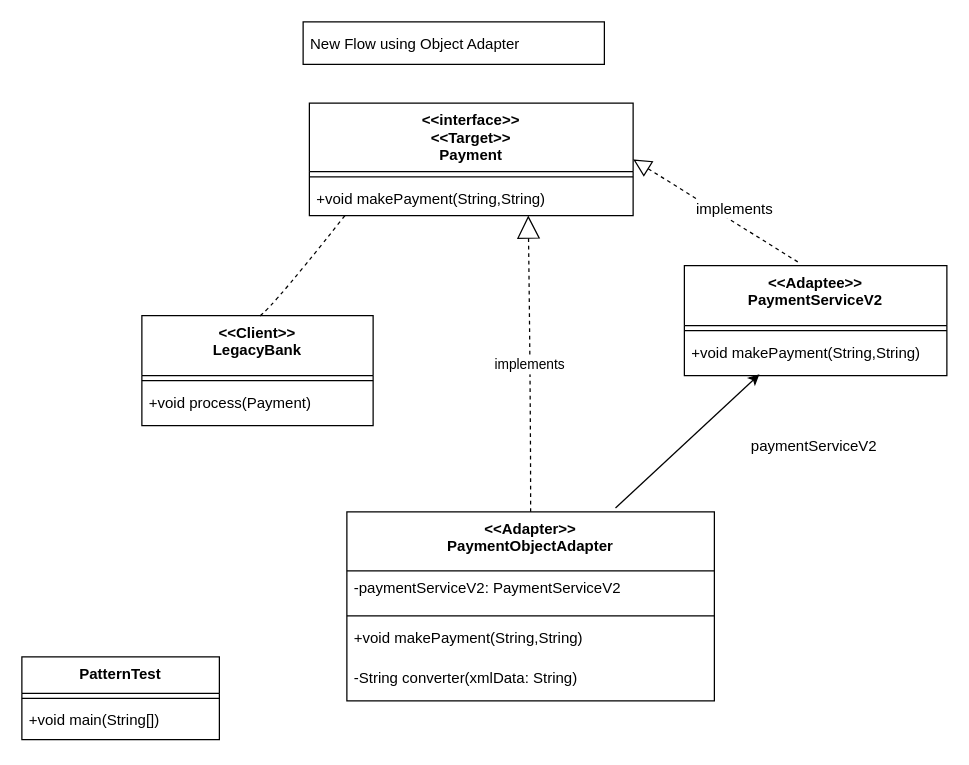
gurupalaniveltech/design-pattern keeps this draw.io diagram as docs/gurupalaniveltech.learning.structural.adapter/newflow_object.drawio. Above is the earlier version. Source tidied: cells renumbered, new cells numbered last; positions are measured from the earlier drawing's top-left corner, leaving out a move shared by most shapes. Both pictures are drawn from the tidied source at 125%, with x=0, y=0 at pixel (21, 21).
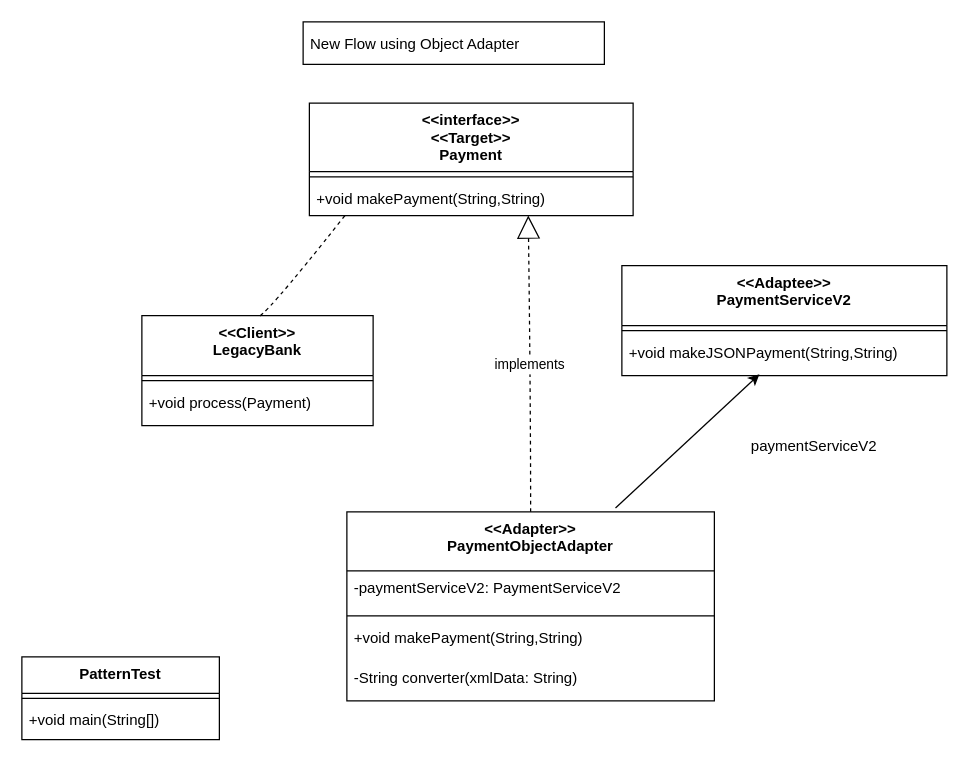
After the change.

Unchanged cells that the change refers to:
```xml
<mxCell id="8" value="&lt;&lt;interface&gt;&gt;&#10;&lt;&lt;Target&gt;&gt;&#10;Payment" style="swimlane;fontStyle=1;align=center;verticalAlign=top;horizontal=1;startSize=54.857142857142854;" parent="1" vertex="1">
  <mxGeometry x="230" y="65" width="259" height="89.9" as="geometry" />
</mxCell>
```

The edit, as a diff of the source:
```diff
@@
     <mxCell id="11" value="&lt;&lt;Adaptee&gt;&gt;&#10;PaymentServiceV2" style="swimlane;fontStyle=1;align=center;verticalAlign=top;horizontal=1;startSize=48;" parent="1" vertex="1">
-      <mxGeometry x="530" y="195" width="210" height="88" as="geometry" />
+      <mxGeometry x="480" y="195" width="260" height="88" as="geometry" />
     </mxCell>
     <mxCell id="12" style="line;strokeWidth=1;fillColor=none;align=left;verticalAlign=middle;spacingTop=-1;spacingLeft=3;spacingRight=3;labelPosition=right;strokeColor=inherit;" parent="11" vertex="1">
-      <mxGeometry y="48" width="210" height="8" as="geometry" />
+      <mxGeometry y="48" width="260" height="8" as="geometry" />
     </mxCell>
-    <mxCell id="13" value="+void makePayment(String,String)" style="text;strokeColor=none;fillColor=none;align=left;verticalAlign=top;spacingLeft=4;spacingRight=4;overflow=hidden;" parent="11" vertex="1">
-      <mxGeometry y="56" width="210" height="32" as="geometry" />
+    <mxCell id="13" value="+void makeJSONPayment(String,String)" style="text;strokeColor=none;fillColor=none;align=left;verticalAlign=top;spacingLeft=4;spacingRight=4;overflow=hidden;" parent="11" vertex="1">
+      <mxGeometry y="56" width="260" height="32" as="geometry" />
     </mxCell>
@@
-    <mxCell id="22" style="endArrow=block;dashed=1;endFill=0;endSize=12;html=1;rounded=0;exitX=0.432;exitY=-0.034;exitDx=0;exitDy=0;exitPerimeter=0;entryX=1;entryY=0.5;entryDx=0;entryDy=0;" parent="1" edge="1" source="11" target="8">
-      <mxGeometry relative="1" as="geometry" />
-    </mxCell>
@@
-    <mxCell id="25" value="implements" style="text;html=1;align=center;verticalAlign=middle;rounded=0;labelBackgroundColor=default;" parent="1" vertex="1">
-      <mxGeometry x="540" y="135" width="60" height="30" as="geometry" />
-    </mxCell>
```
